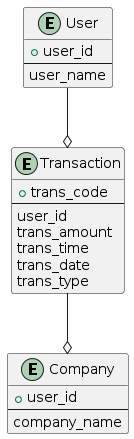
Above: plantuml_img.png in S0NM/datachat-demo (PlantUML), before the change.
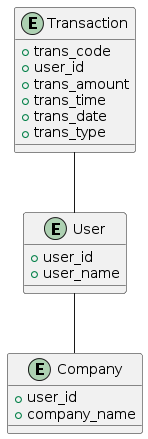
The same diagram one commit later.

Change to the diagram source:
```diff
@@ -1,26 +1,23 @@
 @startuml
-entity User {
-  + user_id
-  ---
-  user_name
+entity Transaction {
+    + trans_code
+    + user_id
+    + trans_amount
+    + trans_time
+    + trans_date
+    + trans_type
 }
 
-entity Transaction {
-  + trans_code
-  ---
-  user_id
-  trans_amount
-  trans_time
-  trans_date
-  trans_type
+entity User {
+    + user_id
+    + user_name
 }
 
 entity Company {
-  + user_id
-  ---
-  company_name
+    + user_id
+    + company_name
 }
 
-User --o Transaction
-Transaction --o Company
+Transaction -- User
+User -- Company
 @enduml
```
